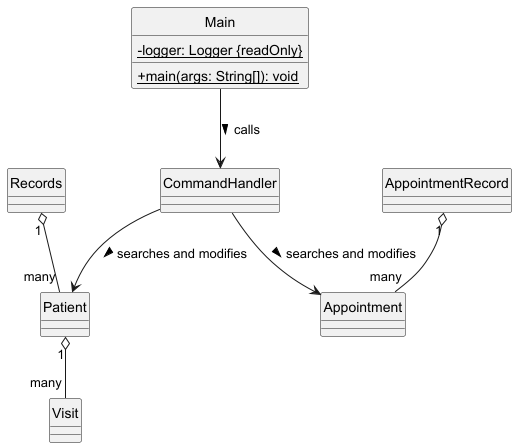
Above: docs/Main.png in yentheng0110/tp (PlantUML), before the change.
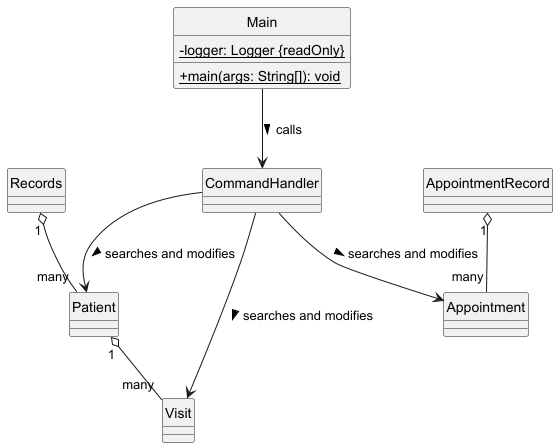
Later version of the same file.

Diff of the diagram source:
```diff
@@ -16,6 +16,7 @@
 
 
 CommandHandler --> Appointment : searches and modifies >
+CommandHandler --> Visit : searches and modifies >
 AppointmentRecord "1" o-- "many" Appointment
 Main --> CommandHandler : calls >
 CommandHandler --> Patient : searches and modifies >
```
